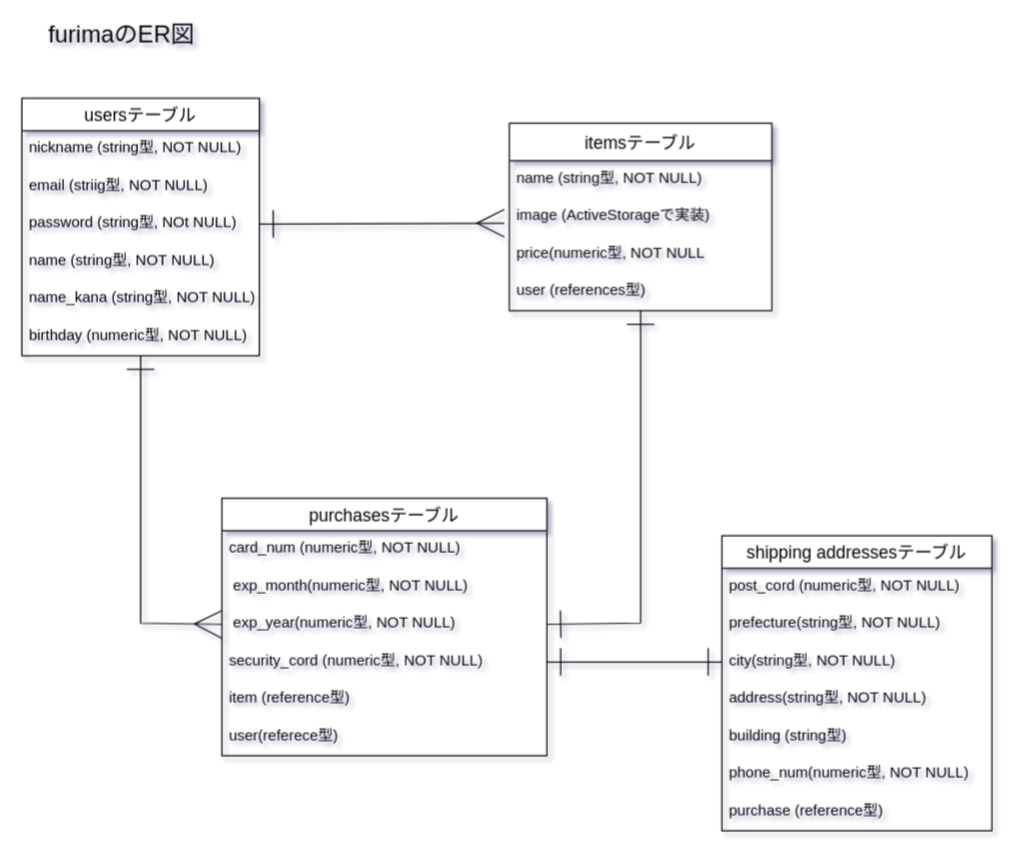
Earlier version of the draw.io diagram ER_figure.dio (takahirohirayama/furima-34430). Source tidied: cells renumbered, new cells numbered last; positions are measured from the earlier drawing's top-left corner, leaving out a move shared by most shapes. Both pictures are drawn from the tidied source at 125%, with x=0, y=0 at pixel (21, 22).
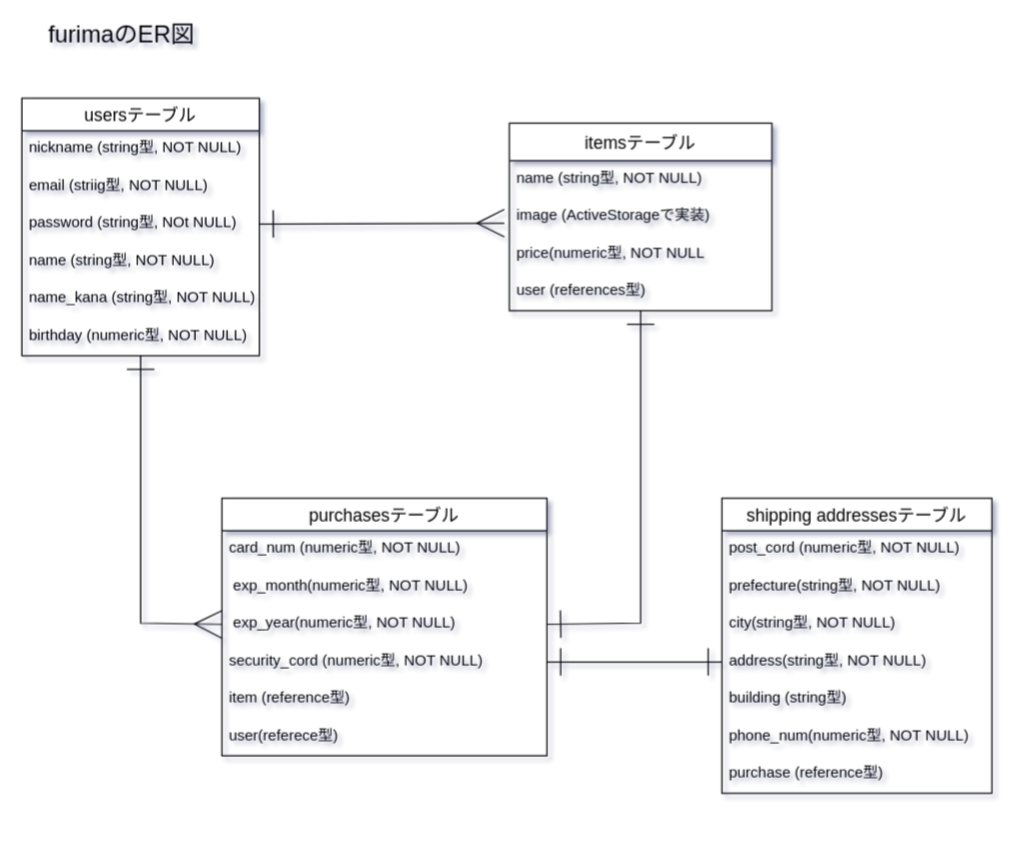
The same page after the edit.

Commit message:
ER図修正（位置のみ）

The change refers to these unchanged cells:
```xml
<mxCell id="20" value="security_cord (numeric型, NOT NULL)" style="text;strokeColor=none;fillColor=none;spacingLeft=4;spacingRight=4;overflow=hidden;points=[[0,0.5],[1,0.5]];portConstraint=eastwest;fontSize=12;" parent="16" vertex="1">
  <mxGeometry y="116" width="260" height="30" as="geometry" />
</mxCell>
<mxCell id="27" value="city(string型, NOT NULL)" style="text;strokeColor=none;fillColor=none;spacingLeft=4;spacingRight=4;overflow=hidden;points=[[0,0.5],[1,0.5]];portConstraint=eastwest;fontSize=12;" parent="24" vertex="1">
  <mxGeometry y="86" width="216" height="30" as="geometry" />
</mxCell>
<mxCell id="28" value="address(string型, NOT NULL)" style="text;strokeColor=none;fillColor=none;spacingLeft=4;spacingRight=4;overflow=hidden;points=[[0,0.5],[1,0.5]];portConstraint=eastwest;fontSize=12;" parent="24" vertex="1">
  <mxGeometry y="116" width="216" height="30" as="geometry" />
</mxCell>
```

What changed in the source:
```diff
@@
     <mxCell id="24" value="shipping addressesテーブル" style="swimlane;fontStyle=0;horizontal=1;startSize=26;align=center;fontSize=14;" parent="1" vertex="1">
-      <mxGeometry x="560" y="410" width="216" height="236" as="geometry" />
+      <mxGeometry x="560" y="380" width="216" height="236" as="geometry" />
     </mxCell>
@@
-    <mxCell id="33" style="edgeStyle=orthogonalEdgeStyle;rounded=0;jettySize=auto;html=1;startArrow=ERone;startFill=0;startSize=20;endArrow=ERone;endFill=0;endSize=20;targetPerimeterSpacing=0;fontSize=19;entryX=0;entryY=0.5;entryDx=0;entryDy=0;" parent="1" edge="1" source="20" target="27">
+    <mxCell id="33" style="edgeStyle=orthogonalEdgeStyle;rounded=0;jettySize=auto;html=1;startArrow=ERone;startFill=0;startSize=20;endArrow=ERone;endFill=0;endSize=20;targetPerimeterSpacing=0;fontSize=19;entryX=0;entryY=0.5;entryDx=0;entryDy=0;" parent="1" edge="1" source="20" target="28">
       <mxGeometry relative="1" as="geometry" />
     </mxCell>
```
